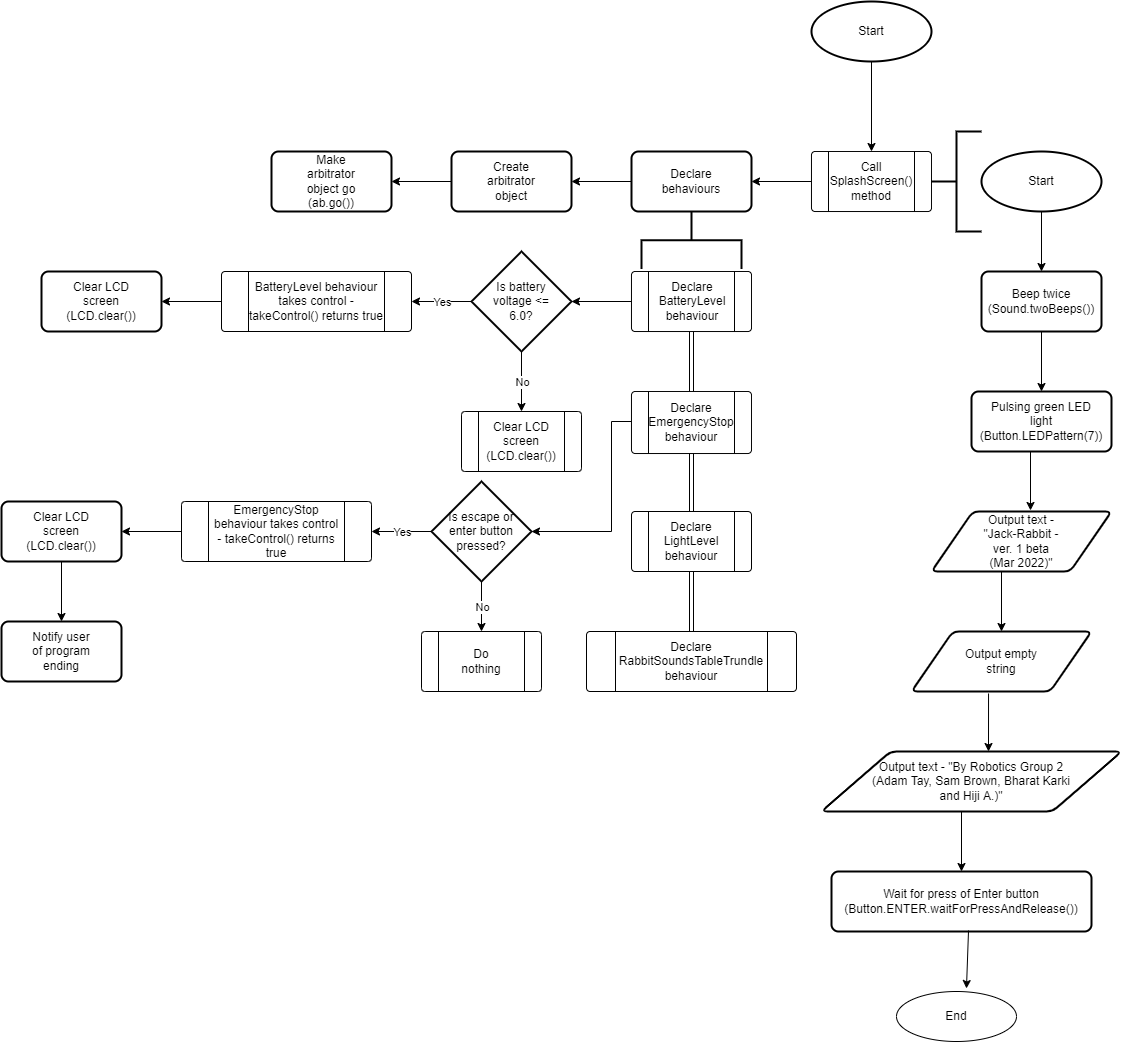
Earlier version of the draw.io export Final submission/ControlFlow.png (XLmT09/Bunny-Robot). Source tidied: cells renumbered, new cells last; positions are measured from the earlier drawing's top-left corner, leaving out a move shared by most shapes.
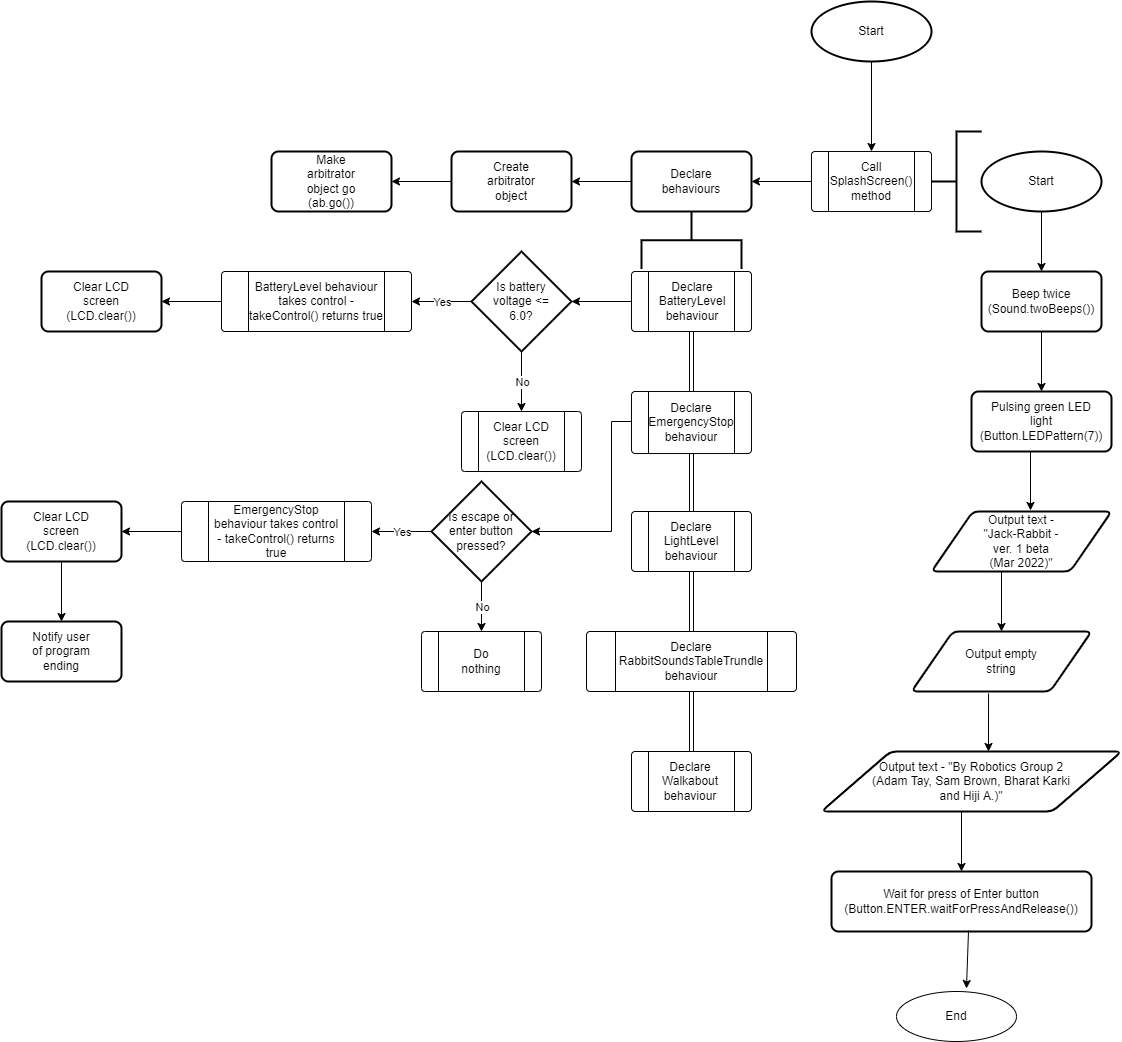
After the change.

Diff of the diagram source:
```diff
@@ -342,5 +342,17 @@
     <mxCell id="106" style="endArrow=classic;html=1;rounded=0;sourcePerimeterSpacing=8;targetPerimeterSpacing=8;entryX=0.5;entryY=0;entryDx=0;entryDy=0;exitX=0.5;exitY=1;exitDx=0;exitDy=0;" parent="1" edge="1" source="101" target="104">
       <mxGeometry relative="1" as="geometry" />
     </mxCell>
+    <mxCell id="107" style="group;" parent="1" vertex="1">
+      <mxGeometry x="630" y="750" width="120" height="60" as="geometry" />
+    </mxCell>
+    <mxCell id="108" style="verticalLabelPosition=bottom;verticalAlign=top;html=1;shape=process;whiteSpace=wrap;rounded=1;size=0.14;arcSize=6;hachureGap=4;" parent="107" vertex="1">
+      <mxGeometry width="120" height="60" as="geometry" />
+    </mxCell>
+    <mxCell id="109" value="Declare Walkabout behaviour" style="text;strokeColor=none;fillColor=none;html=1;align=center;verticalAlign=middle;whiteSpace=wrap;rounded=0;hachureGap=4;" parent="107" vertex="1">
+      <mxGeometry x="29" y="15" width="60" height="30" as="geometry" />
+    </mxCell>
+    <mxCell id="110" style="edgeStyle=none;rounded=0;jettySize=auto;html=1;exitX=0.5;exitY=1;exitDx=0;exitDy=0;entryX=0.5;entryY=0;entryDx=0;entryDy=0;endArrow=open;sourcePerimeterSpacing=8;targetPerimeterSpacing=8;shape=link;" parent="1" edge="1" source="54" target="108">
+      <mxGeometry relative="1" as="geometry" />
+    </mxCell>
   </root>
 </mxGraphModel>
```
